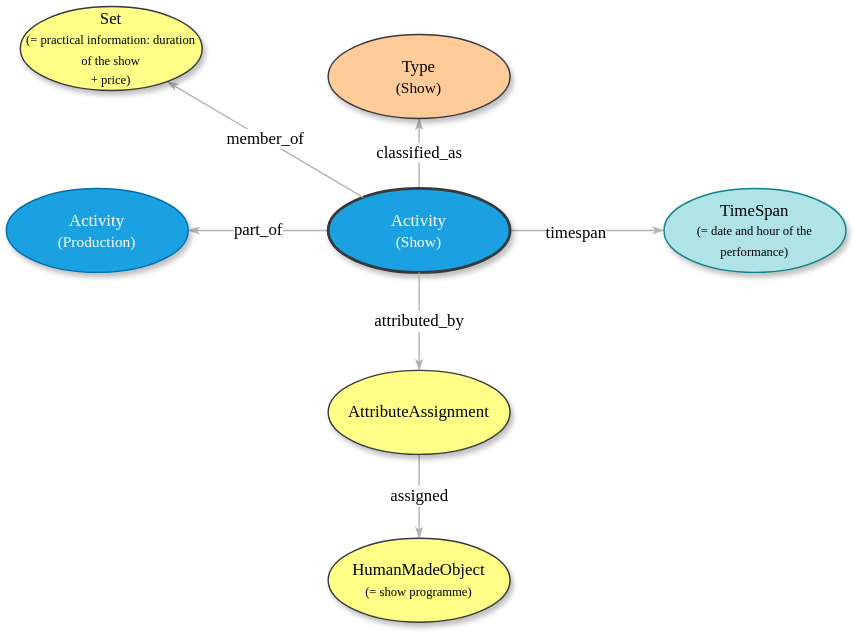
This is Figures-Cookbook/C.drawio.svg from stage-to-data/linked-art-pa, a draw.io export, as it was before one commit. Source tidied: cells renumbered, new cells last; positions are measured from the earlier drawing's top-left corner, leaving out a move shared by most shapes.
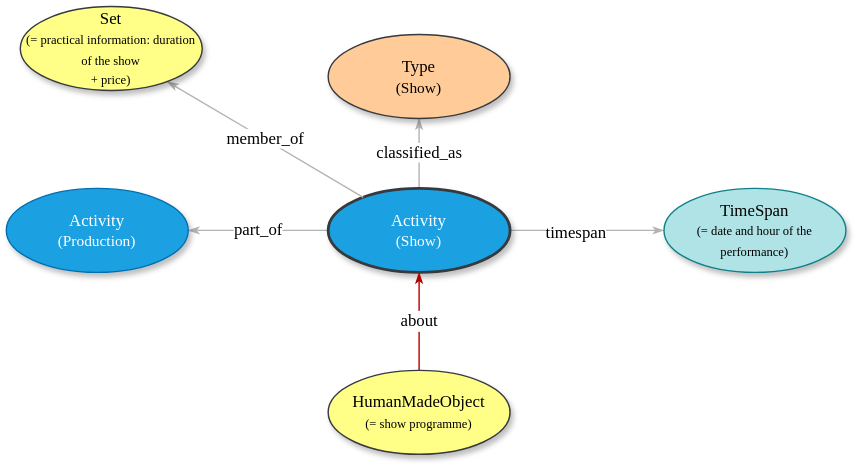
Above is the later version.

Change to the diagram source:
```diff
@@ -32,20 +32,11 @@
     <mxCell id="11" value="&lt;span style=&quot;color: rgb(0, 0, 0);&quot;&gt;Set&lt;/span&gt;&lt;div style=&quot;color: rgb(0, 0, 0);&quot;&gt;&lt;font style=&quot;font-size: 9px;&quot;&gt;(= practical information: duration of the show&lt;/font&gt;&lt;/div&gt;&lt;div style=&quot;color: rgb(0, 0, 0);&quot;&gt;&lt;font style=&quot;font-size: 9px;&quot;&gt;+ price)&lt;/font&gt;&lt;/div&gt;" style="ellipse;whiteSpace=wrap;html=1;rounded=0;shadow=1;comic=0;labelBackgroundColor=none;strokeWidth=1;fontFamily=Verdana;fontSize=12;align=center;rotation=0;fillColor=#ffff88;strokeColor=#36393d;" parent="1" vertex="1">
       <mxGeometry x="10" width="130" height="60" as="geometry" />
     </mxCell>
-    <mxCell id="12" value="assigned" style="edgeStyle=none;rounded=1;html=1;labelBackgroundColor=#FFFFFF;startArrow=none;startFill=0;startSize=5;endArrow=classicThin;endFill=1;endSize=5;jettySize=auto;strokeColor=#B3B3B3;strokeWidth=1;fontFamily=Verdana;fontSize=12;" parent="1" edge="1" source="16" target="13">
+    <mxCell id="12" value="about" style="edgeStyle=none;rounded=1;html=1;labelBackgroundColor=#FFFFFF;startArrow=none;startFill=0;startSize=5;endArrow=classicThin;endFill=1;endSize=5;jettySize=auto;strokeColor=#B20000;strokeWidth=1;fontFamily=Verdana;fontSize=12;fillColor=#e51400;" parent="1" edge="1" source="13" target="6">
       <mxGeometry relative="1" as="geometry" />
     </mxCell>
     <mxCell id="13" value="HumanMadeObject&lt;br&gt;&lt;div&gt;&lt;span&gt;&lt;font style=&quot;font-size: 9px;&quot;&gt;(= show programme)&lt;/font&gt;&lt;/span&gt;&lt;/div&gt;" style="ellipse;whiteSpace=wrap;html=1;rounded=0;shadow=1;comic=0;labelBackgroundColor=none;strokeWidth=1;fontFamily=Verdana;fontSize=12;align=center;fillColor=#ffff88;strokeColor=#36393d;" parent="1" vertex="1">
-      <mxGeometry x="230" y="380" width="130" height="60" as="geometry" />
+      <mxGeometry x="230" y="260" width="130" height="60" as="geometry" />
     </mxCell>
-    <mxCell id="14" style="edgeStyle=none;rounded=1;html=1;labelBackgroundColor=#FFFFFF;startArrow=none;startFill=0;startSize=5;endArrow=classicThin;endFill=1;endSize=5;jettySize=auto;strokeColor=#B3B3B3;strokeWidth=1;fontFamily=Verdana;fontSize=12;" parent="1" edge="1" source="6" target="16">
-      <mxGeometry relative="1" as="geometry" />
-    </mxCell>
-    <mxCell id="15" value="&lt;font face=&quot;Verdana&quot; style=&quot;font-size: 12px;&quot;&gt;attributed_by&lt;/font&gt;" style="edgeLabel;html=1;align=center;verticalAlign=middle;" parent="14" vertex="1">
-      <mxGeometry x="-0.04" y="-1" relative="1" as="geometry" />
-    </mxCell>
-    <mxCell id="16" value="&lt;div&gt;&lt;font style=&quot;&quot;&gt;AttributeAssignment&lt;/font&gt;&lt;/div&gt;" style="ellipse;whiteSpace=wrap;html=1;rounded=0;shadow=1;comic=0;labelBackgroundColor=none;strokeWidth=1;fontFamily=Verdana;fontSize=12;align=center;fillColor=#ffff88;strokeColor=#36393d;" parent="1" vertex="1">
-      <mxGeometry x="230" y="260" width="130" height="60" as="geometry" />
-    </mxCell>
   </root>
 </mxGraphModel>
```
